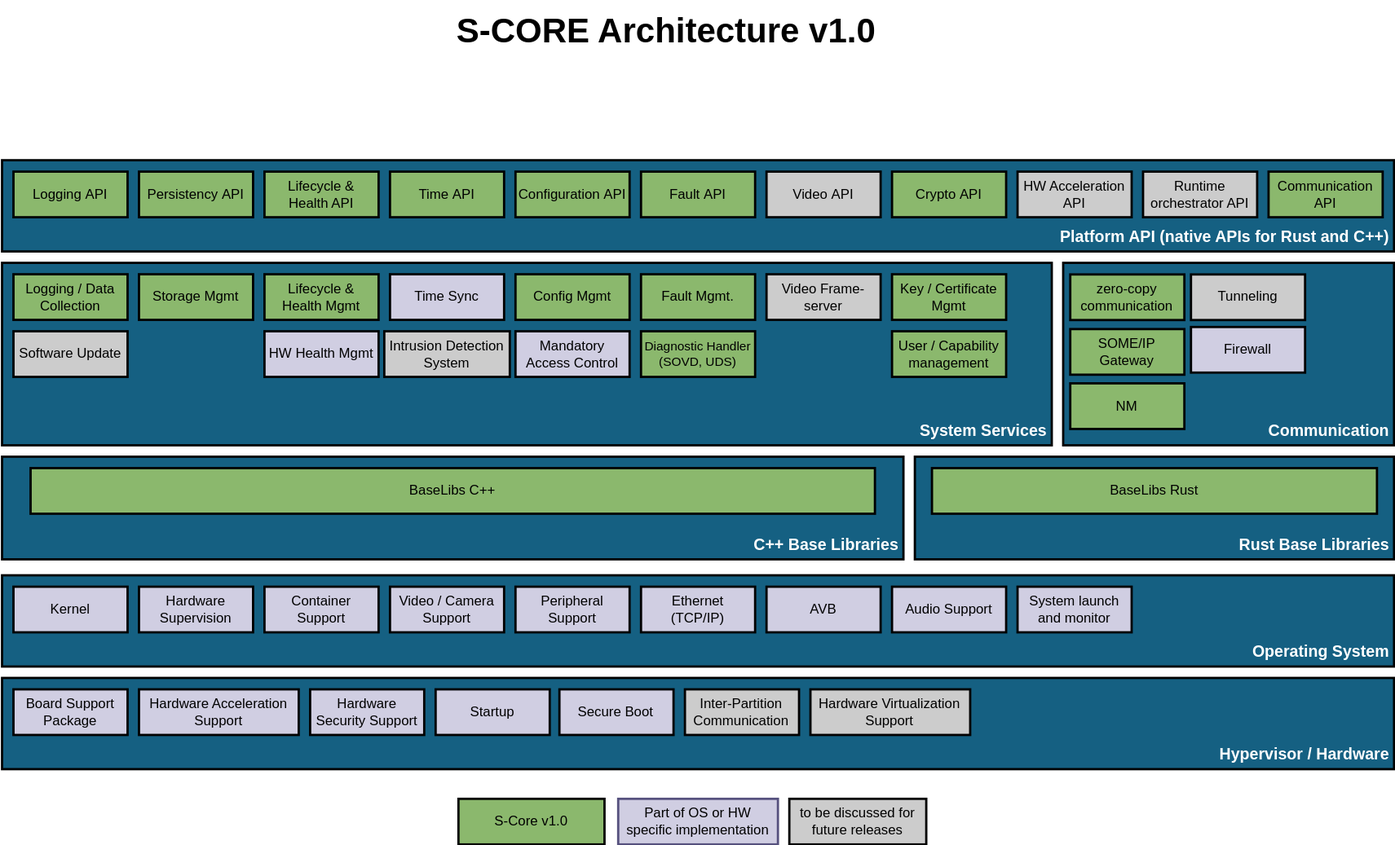
Above: main/_images/sw_arch_v_1.drawio.svg in esrlabs/score_reference_integration (draw.io), before the change. Source tidied: cells renumbered, new cells last; positions are measured from the earlier drawing's top-left corner, leaving out a move shared by most shapes.
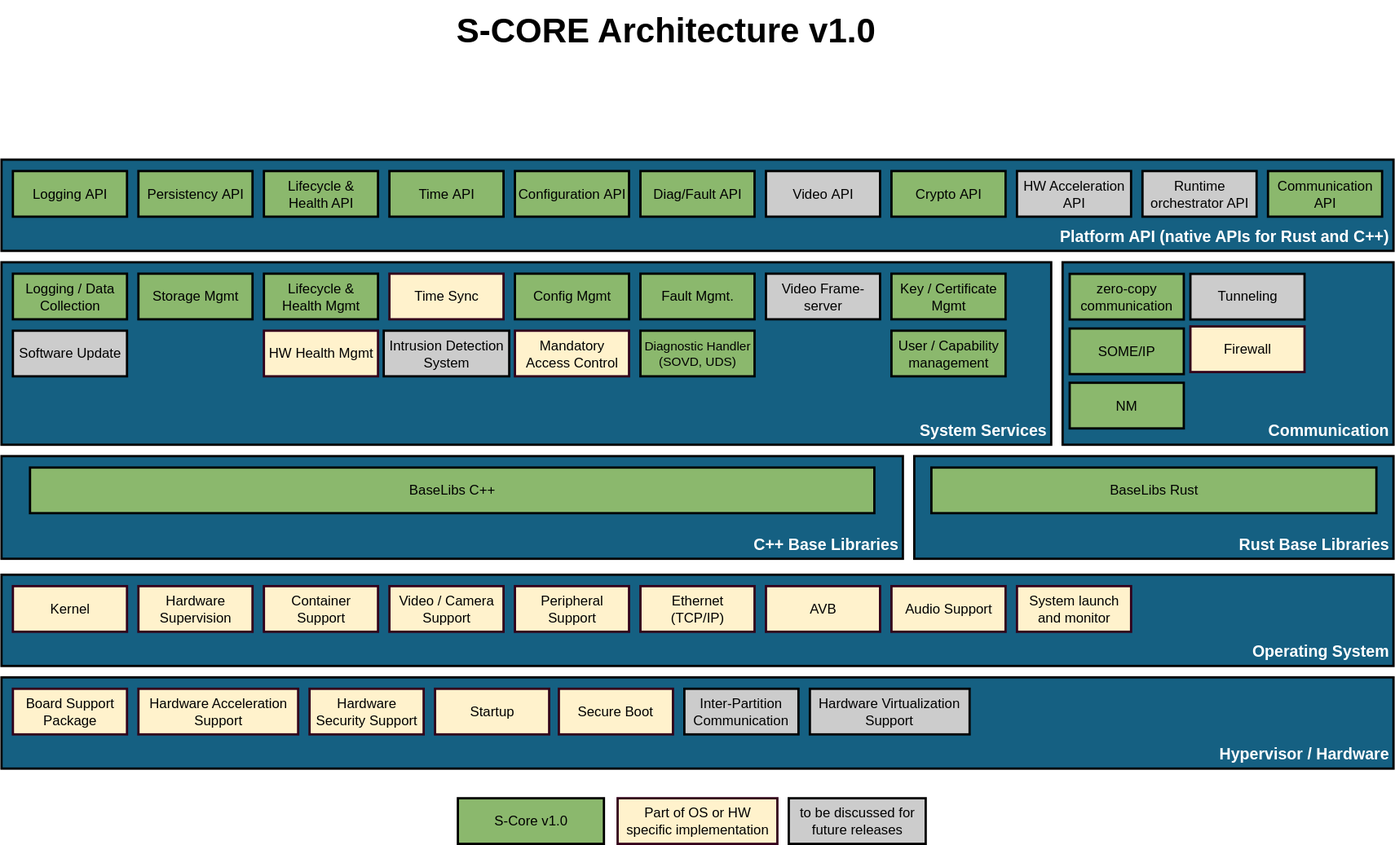
The same diagram one commit later.

Diff of the diagram source:
```diff
@@ -36,7 +36,7 @@
     <mxCell id="13" value="S-Core v1.0" style="rounded=0;whiteSpace=wrap;fillColor=#8BB86D;strokeWidth=2;glass=0;shadow=0;strokeColor=#000000;spacingLeft=0;spacing=4;" parent="10" vertex="1">
       <mxGeometry x="400" y="700" width="128" height="40" as="geometry" />
     </mxCell>
-    <mxCell id="14" value="Part of OS or HW specific implementation" style="rounded=0;whiteSpace=wrap;fillColor=#d0cee2;strokeWidth=2;glass=0;shadow=0;strokeColor=#56517e;spacingLeft=0;spacing=4;" parent="10" vertex="1">
+    <mxCell id="14" value="Part of OS or HW specific implementation" style="rounded=0;whiteSpace=wrap;fillColor=#fff2cc;strokeWidth=2;glass=0;shadow=0;strokeColor=#33001A;spacingLeft=0;spacing=4;" parent="10" vertex="1">
       <mxGeometry x="540" y="700" width="140" height="40" as="geometry" />
     </mxCell>
     <mxCell id="15" value="to be discussed for future releases" style="rounded=0;whiteSpace=wrap;fillColor=#CCCCCC;strokeWidth=2;glass=0;shadow=0;strokeColor=#000000;spacingLeft=0;spacing=4;" parent="10" vertex="1">
@@ -66,7 +66,7 @@
     <mxCell id="23" value="Time API" style="rounded=0;whiteSpace=wrap;fillColor=#8BB86D;strokeWidth=2;glass=0;shadow=0;strokeColor=#000000;spacingLeft=0;spacing=4;fontColor=#000000;" parent="10" vertex="1">
       <mxGeometry x="340" y="150" width="100" height="40" as="geometry" />
     </mxCell>
-    <mxCell id="24" value="Fault API" style="rounded=0;whiteSpace=wrap;fillColor=#8BB86D;strokeWidth=2;glass=0;shadow=0;strokeColor=#000000;spacingLeft=0;spacing=4;fontColor=#000000;" parent="10" vertex="1">
+    <mxCell id="24" value="Diag/Fault API" style="rounded=0;whiteSpace=wrap;fillColor=#8BB86D;strokeWidth=2;glass=0;shadow=0;strokeColor=#000000;spacingLeft=0;spacing=4;fontColor=#000000;" parent="10" vertex="1">
       <mxGeometry x="560" y="150" width="100" height="40" as="geometry" />
     </mxCell>
     <mxCell id="25" value="Runtime orchestrator API" style="rounded=0;whiteSpace=wrap;fillColor=#CCCCCC;strokeWidth=2;glass=0;shadow=0;strokeColor=default;align=center;verticalAlign=middle;spacingLeft=0;spacing=4;" parent="10" vertex="1">
@@ -75,7 +75,7 @@
     <mxCell id="26" value="User / Capability management" style="rounded=0;whiteSpace=wrap;fillColor=#8BB86D;strokeWidth=2;glass=0;shadow=0;strokeColor=#000000;spacingLeft=0;spacing=4;fontColor=#000000;" parent="10" vertex="1">
       <mxGeometry x="780" y="290" width="100" height="40" as="geometry" />
     </mxCell>
-    <mxCell id="27" value="Mandatory Access Control" style="rounded=0;whiteSpace=wrap;fillColor=#D0CEE2;strokeWidth=2;glass=0;shadow=0;strokeColor=#000000;spacingLeft=0;spacing=4;" parent="10" vertex="1">
+    <mxCell id="27" value="Mandatory Access Control" style="rounded=0;whiteSpace=wrap;fillColor=#fff2cc;strokeWidth=2;glass=0;shadow=0;strokeColor=#33001A;spacingLeft=0;spacing=4;" parent="10" vertex="1">
       <mxGeometry x="450" y="290" width="100" height="40" as="geometry" />
     </mxCell>
     <mxCell id="28" value="Key / Certificate Mgmt" style="rounded=0;whiteSpace=wrap;fillColor=#8BB86D;strokeWidth=2;glass=0;shadow=0;strokeColor=#000000;spacingLeft=0;spacing=4;fontColor=#000000;" parent="10" vertex="1">
@@ -99,7 +99,7 @@
     <mxCell id="34" value="Lifecycle &amp; Health Mgmt" style="rounded=0;whiteSpace=wrap;fillColor=#8BB86D;strokeWidth=2;glass=0;shadow=0;strokeColor=default;spacingLeft=0;spacing=4;align=center;verticalAlign=middle;fontFamily=Helvetica;fontSize=12;fontColor=#000000;" parent="10" vertex="1">
       <mxGeometry x="230" y="240" width="100" height="40" as="geometry" />
     </mxCell>
-    <mxCell id="35" value="HW Health Mgmt" style="rounded=0;whiteSpace=wrap;fillColor=#D0CEE2;strokeWidth=2;glass=0;shadow=0;strokeColor=#000000;spacingLeft=0;spacing=4;fontColor=#000000;" parent="10" vertex="1">
+    <mxCell id="35" value="HW Health Mgmt" style="rounded=0;whiteSpace=wrap;fillColor=#fff2cc;strokeWidth=2;glass=0;shadow=0;strokeColor=#33001A;spacingLeft=0;spacing=4;" parent="10" vertex="1">
       <mxGeometry x="230" y="290" width="100" height="40" as="geometry" />
     </mxCell>
     <mxCell id="36" value="Logging / Data Collection" style="rounded=0;whiteSpace=wrap;fillColor=#8BB86D;strokeWidth=2;glass=0;shadow=0;strokeColor=default;spacingLeft=0;spacing=4;" parent="10" vertex="1">
@@ -108,7 +108,7 @@
     <mxCell id="37" value="Software Update" style="rounded=0;whiteSpace=wrap;fillColor=#CCCCCC;strokeWidth=2;glass=0;shadow=0;strokeColor=#000000;align=center;verticalAlign=middle;spacingLeft=0;spacing=4;" parent="10" vertex="1">
       <mxGeometry x="10" y="290" width="100" height="40" as="geometry" />
     </mxCell>
-    <mxCell id="38" value="Firewall" style="rounded=0;whiteSpace=wrap;fillColor=#D0CEE2;strokeWidth=2;glass=0;shadow=0;strokeColor=#000000;spacingLeft=0;spacing=4;" parent="10" vertex="1">
+    <mxCell id="38" value="Firewall" style="rounded=0;whiteSpace=wrap;fillColor=#fff2cc;strokeWidth=2;glass=0;shadow=0;strokeColor=#33001A;spacingLeft=0;spacing=4;" parent="10" vertex="1">
       <mxGeometry x="1042" y="286.2" width="100" height="40" as="geometry" />
     </mxCell>
     <mxCell id="39" value="Tunneling" style="rounded=0;whiteSpace=wrap;fillColor=#CCCCCC;strokeWidth=2;glass=0;shadow=0;strokeColor=#000000;align=center;verticalAlign=middle;spacingLeft=0;spacing=4;" parent="10" vertex="1">
@@ -117,52 +117,52 @@
     <mxCell id="40" value="zero-copy communication" style="rounded=0;whiteSpace=wrap;fillColor=#8BB86D;strokeWidth=2;glass=0;shadow=0;strokeColor=default;spacingLeft=0;spacing=4;" parent="10" vertex="1">
       <mxGeometry x="936.2" y="240.2" width="100" height="40" as="geometry" />
     </mxCell>
-    <mxCell id="41" value="SOME/IP Gateway" style="rounded=0;whiteSpace=wrap;fillColor=#8BB86D;strokeWidth=2;glass=0;shadow=0;strokeColor=#000000;flipV=0;spacingLeft=0;spacing=4;fontColor=#000000;" parent="10" vertex="1">
+    <mxCell id="41" value="SOME/IP" style="rounded=0;whiteSpace=wrap;fillColor=#8BB86D;strokeWidth=2;glass=0;shadow=0;strokeColor=#000000;flipV=0;spacingLeft=0;spacing=4;fontColor=#000000;" parent="10" vertex="1">
       <mxGeometry x="936.2" y="288.1" width="100" height="40" as="geometry" />
     </mxCell>
     <mxCell id="42" value="NM" style="rounded=0;whiteSpace=wrap;fillColor=#8BB86D;strokeWidth=2;glass=0;shadow=0;strokeColor=#000000;flipV=0;spacingLeft=0;spacing=4;labelBackgroundColor=none;fontColor=#000000;" parent="10" vertex="1">
       <mxGeometry x="936.2" y="335.7" width="100" height="40" as="geometry" />
     </mxCell>
-    <mxCell id="43" value="Kernel" style="rounded=0;whiteSpace=wrap;fillColor=#D0CEE2;strokeWidth=2;glass=0;shadow=0;strokeColor=#000000;spacingLeft=0;spacing=4;" parent="10" vertex="1">
+    <mxCell id="43" value="Kernel" style="rounded=0;whiteSpace=wrap;fillColor=#fff2cc;strokeWidth=2;glass=0;shadow=0;strokeColor=#33001A;spacingLeft=0;spacing=4;" parent="10" vertex="1">
       <mxGeometry x="10" y="514" width="100" height="40" as="geometry" />
     </mxCell>
-    <mxCell id="44" value="Time Sync" style="rounded=0;whiteSpace=wrap;fillColor=#D0CEE2;strokeWidth=2;glass=0;shadow=0;strokeColor=#000000;spacingLeft=0;spacing=4;" parent="10" vertex="1">
+    <mxCell id="44" value="Time Sync" style="rounded=0;whiteSpace=wrap;fillColor=#fff2cc;strokeWidth=2;glass=0;shadow=0;strokeColor=#33001A;spacingLeft=0;spacing=4;" parent="10" vertex="1">
       <mxGeometry x="340" y="240" width="100" height="40" as="geometry" />
     </mxCell>
-    <mxCell id="45" value="Hardware Supervision" style="rounded=0;whiteSpace=wrap;fillColor=#D0CEE2;strokeWidth=2;glass=0;shadow=0;strokeColor=#000000;spacingLeft=0;spacing=4;" parent="10" vertex="1">
+    <mxCell id="45" value="Hardware Supervision" style="rounded=0;whiteSpace=wrap;fillColor=#fff2cc;strokeWidth=2;glass=0;shadow=0;strokeColor=#33001A;spacingLeft=0;spacing=4;" parent="10" vertex="1">
       <mxGeometry x="120" y="514" width="100" height="40" as="geometry" />
     </mxCell>
-    <mxCell id="46" value="Container Support" style="rounded=0;whiteSpace=wrap;fillColor=#D0CEE2;strokeWidth=2;glass=0;shadow=0;strokeColor=#000000;spacingLeft=0;spacing=4;" parent="10" vertex="1">
+    <mxCell id="46" value="Container Support" style="rounded=0;whiteSpace=wrap;fillColor=#fff2cc;strokeWidth=2;glass=0;shadow=0;strokeColor=#33001A;spacingLeft=0;spacing=4;" parent="10" vertex="1">
       <mxGeometry x="230" y="514" width="100" height="40" as="geometry" />
     </mxCell>
-    <mxCell id="47" value="Video / Camera Support" style="rounded=0;whiteSpace=wrap;fillColor=#D0CEE2;strokeWidth=2;glass=0;shadow=0;strokeColor=#000000;spacingLeft=0;spacing=4;" parent="10" vertex="1">
+    <mxCell id="47" value="Video / Camera Support" style="rounded=0;whiteSpace=wrap;fillColor=#fff2cc;strokeWidth=2;glass=0;shadow=0;strokeColor=#33001A;spacingLeft=0;spacing=4;" parent="10" vertex="1">
       <mxGeometry x="340" y="514" width="100" height="40" as="geometry" />
     </mxCell>
-    <mxCell id="48" value="Audio Support" style="rounded=0;whiteSpace=wrap;fillColor=#D0CEE2;strokeWidth=2;glass=0;shadow=0;strokeColor=#000000;align=center;verticalAlign=middle;spacingLeft=0;spacing=4;" parent="10" vertex="1">
+    <mxCell id="48" value="Audio Support" style="rounded=0;whiteSpace=wrap;fillColor=#fff2cc;strokeWidth=2;glass=0;shadow=0;strokeColor=#33001A;align=center;verticalAlign=middle;spacingLeft=0;spacing=4;" parent="10" vertex="1">
       <mxGeometry x="780" y="514" width="100" height="40" as="geometry" />
     </mxCell>
-    <mxCell id="49" value="Peripheral Support" style="rounded=0;whiteSpace=wrap;fillColor=#D0CEE2;strokeWidth=2;glass=0;shadow=0;strokeColor=#000000;spacingLeft=0;spacing=4;" parent="10" vertex="1">
+    <mxCell id="49" value="Peripheral Support" style="rounded=0;whiteSpace=wrap;fillColor=#fff2cc;strokeWidth=2;glass=0;shadow=0;strokeColor=#33001A;spacingLeft=0;spacing=4;" parent="10" vertex="1">
       <mxGeometry x="450" y="514" width="100" height="40" as="geometry" />
     </mxCell>
-    <mxCell id="50" value="Ethernet (TCP/IP)" style="rounded=0;whiteSpace=wrap;fillColor=#D0CEE2;strokeWidth=2;glass=0;shadow=0;strokeColor=#000000;spacingLeft=0;spacingRight=0;spacing=4;" parent="10" vertex="1">
+    <mxCell id="50" value="Ethernet (TCP/IP)" style="rounded=0;whiteSpace=wrap;fillColor=#fff2cc;strokeWidth=2;glass=0;shadow=0;strokeColor=#33001A;spacingLeft=0;spacingRight=0;spacing=4;" parent="10" vertex="1">
       <mxGeometry x="560" y="514" width="100" height="40" as="geometry" />
     </mxCell>
-    <mxCell id="51" value="AVB" style="rounded=0;whiteSpace=wrap;fillColor=#D0CEE2;strokeWidth=2;glass=0;shadow=0;strokeColor=#000000;spacingLeft=0;spacing=4;" parent="10" vertex="1">
+    <mxCell id="51" value="AVB" style="rounded=0;whiteSpace=wrap;fillColor=#fff2cc;strokeWidth=2;glass=0;shadow=0;strokeColor=#33001A;spacingLeft=0;spacing=4;" parent="10" vertex="1">
       <mxGeometry x="670" y="514" width="100" height="40" as="geometry" />
     </mxCell>
-    <mxCell id="52" value="Board Support Package" style="rounded=0;whiteSpace=wrap;fillColor=#D0CEE2;strokeWidth=2;glass=0;shadow=0;strokeColor=#000000;spacingLeft=0;spacing=4;" parent="10" vertex="1">
+    <mxCell id="52" value="Board Support Package" style="rounded=0;whiteSpace=wrap;fillColor=#fff2cc;strokeWidth=2;glass=0;shadow=0;strokeColor=#33001A;spacingLeft=0;spacing=4;" parent="10" vertex="1">
       <mxGeometry x="10" y="604" width="100" height="40" as="geometry" />
     </mxCell>
-    <mxCell id="53" value="Secure Boot" style="rounded=0;whiteSpace=wrap;fillColor=#D0CEE2;strokeWidth=2;glass=0;shadow=0;strokeColor=#000000;spacingLeft=0;spacing=4;" parent="10" vertex="1">
+    <mxCell id="53" value="Secure Boot" style="rounded=0;whiteSpace=wrap;fillColor=#fff2cc;strokeWidth=2;glass=0;shadow=0;strokeColor=#33001A;spacingLeft=0;spacing=4;" parent="10" vertex="1">
       <mxGeometry x="488.5" y="604" width="100" height="40" as="geometry" />
     </mxCell>
-    <mxCell id="54" value="Hardware Acceleration Support" style="rounded=0;whiteSpace=wrap;fillColor=#D0CEE2;strokeWidth=2;glass=0;shadow=0;strokeColor=#000000;spacingLeft=0;spacing=4;" parent="10" vertex="1">
+    <mxCell id="54" value="Hardware Acceleration Support" style="rounded=0;whiteSpace=wrap;fillColor=#fff2cc;strokeWidth=2;glass=0;shadow=0;strokeColor=#33001A;spacingLeft=0;spacing=4;" parent="10" vertex="1">
       <mxGeometry x="120" y="604" width="140" height="40" as="geometry" />
     </mxCell>
-    <mxCell id="55" value="Hardware Security Support" style="rounded=0;whiteSpace=wrap;fillColor=#D0CEE2;strokeWidth=2;glass=0;shadow=0;strokeColor=#000000;spacingLeft=0;spacing=4;fontSize=12;" parent="10" vertex="1">
+    <mxCell id="55" value="Hardware Security Support" style="rounded=0;whiteSpace=wrap;fillColor=#fff2cc;strokeWidth=2;glass=0;shadow=0;strokeColor=#33001A;spacingLeft=0;spacing=4;fontSize=12;" parent="10" vertex="1">
       <mxGeometry x="270" y="604" width="100" height="40" as="geometry" />
     </mxCell>
-    <mxCell id="56" value="Startup" style="rounded=0;whiteSpace=wrap;fillColor=#D0CEE2;strokeWidth=2;glass=0;shadow=0;strokeColor=#000000;spacingLeft=0;spacing=4;" parent="10" vertex="1">
+    <mxCell id="56" value="Startup" style="rounded=0;whiteSpace=wrap;fillColor=#fff2cc;strokeWidth=2;glass=0;shadow=0;strokeColor=#33001A;spacingLeft=0;spacing=4;" parent="10" vertex="1">
       <mxGeometry x="380" y="604" width="100" height="40" as="geometry" />
     </mxCell>
     <mxCell id="57" value="Inter-Partition Communication" style="rounded=0;whiteSpace=wrap;fillColor=#CCCCCC;strokeWidth=2;glass=0;shadow=0;strokeColor=#000000;align=center;verticalAlign=middle;spacingLeft=0;spacing=4;" parent="10" vertex="1">
@@ -177,7 +177,7 @@
     <mxCell id="60" value="BaseLibs C++" style="rounded=0;whiteSpace=wrap;fillColor=#8BB86D;strokeWidth=2;glass=0;shadow=0;strokeColor=default;align=center;verticalAlign=middle;spacingLeft=0;spacing=4;" parent="10" vertex="1">
       <mxGeometry x="25" y="410" width="740" height="40" as="geometry" />
     </mxCell>
-    <mxCell id="61" value="System launch and monitor" style="rounded=0;whiteSpace=wrap;fillColor=#D0CEE2;strokeWidth=2;glass=0;shadow=0;strokeColor=#000000;spacingLeft=0;spacing=4;" parent="10" vertex="1">
+    <mxCell id="61" value="System launch and monitor" style="rounded=0;whiteSpace=wrap;fillColor=#fff2cc;strokeWidth=2;glass=0;shadow=0;strokeColor=#33001A;spacingLeft=0;spacing=4;" parent="10" vertex="1">
       <mxGeometry x="890" y="514" width="100" height="40" as="geometry" />
     </mxCell>
     <mxCell id="62" value="Status" parent="0" />
```
